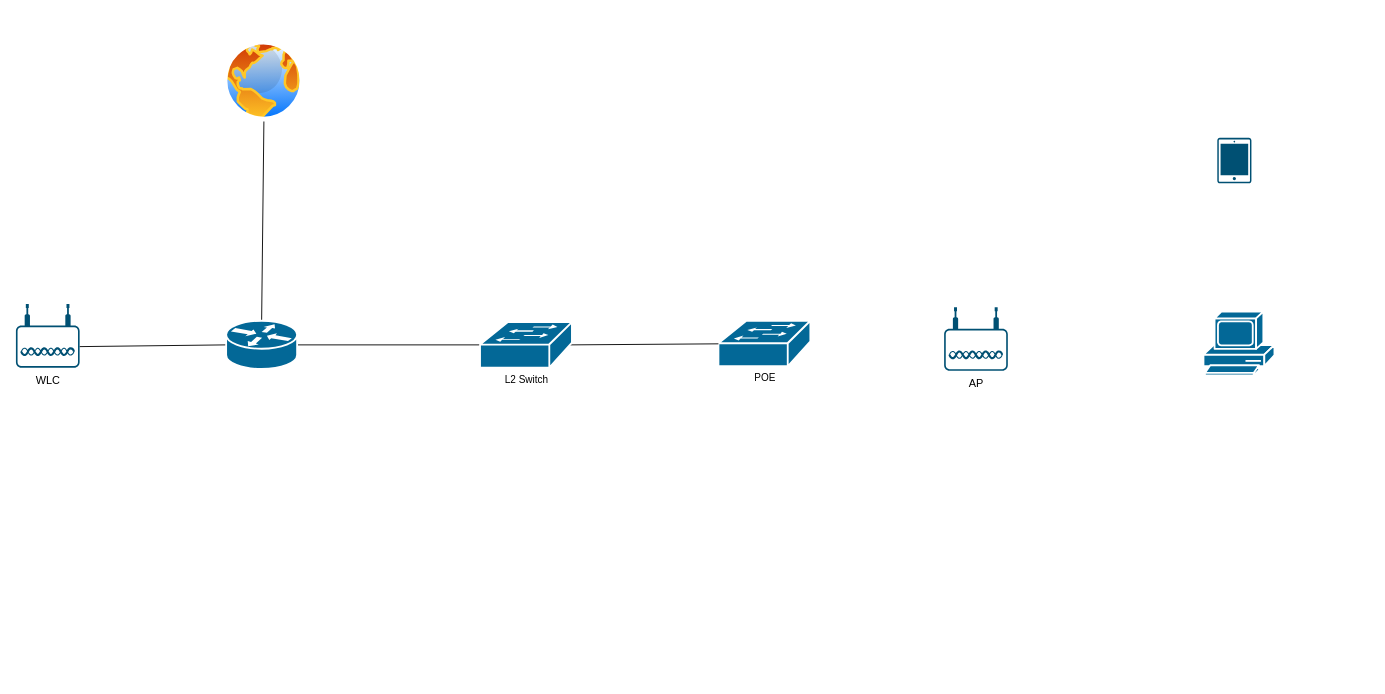
This is WIFI.drawio from kyforprogram/ccna, a draw.io file, before an edit. Source tidied: cells renumbered, new cells numbered last; positions are measured from the earlier drawing's top-left corner, leaving out a move shared by most shapes. Both pictures are drawn from the tidied source at 91%, with x=0, y=0 at pixel (15, 40).
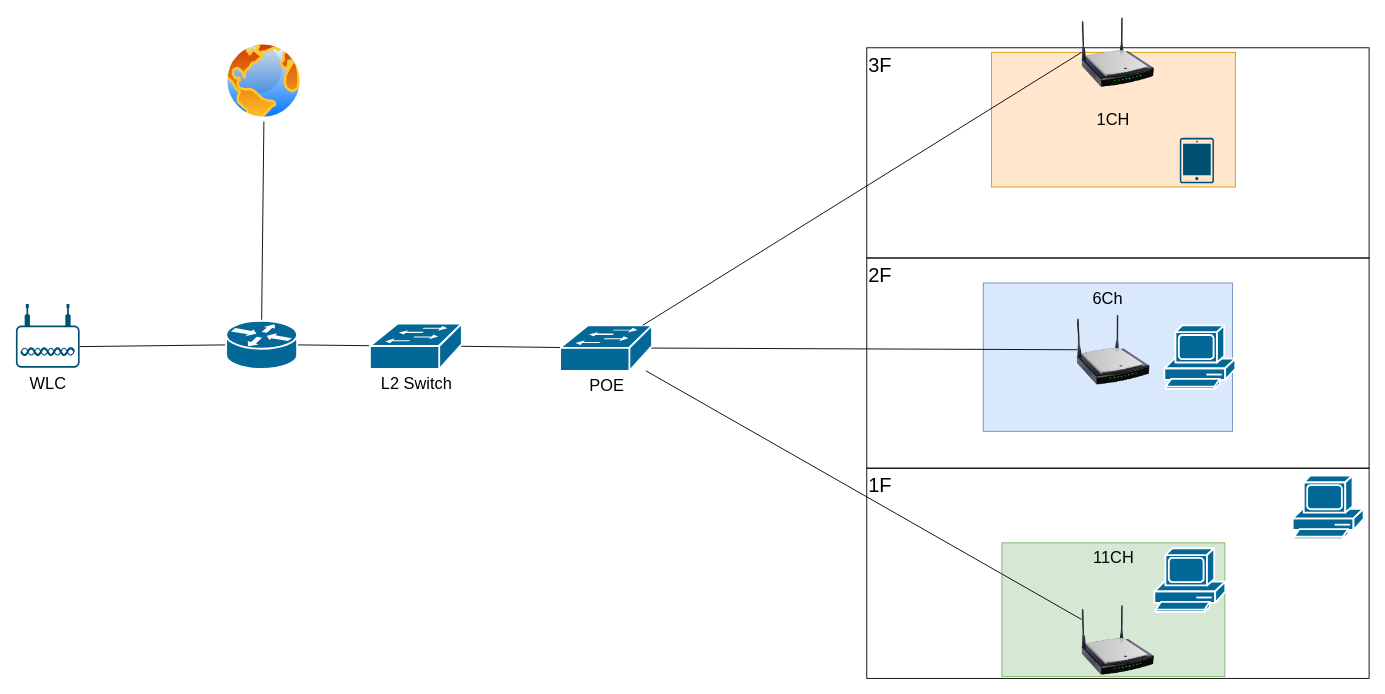
Above is the later version.

Commit message (it also covers changes not shown here):
WIFI.drawio を更新します

Diff of the diagram source:
```diff
@@
+    <mxCell id="14" value="6Ch" style="whiteSpace=wrap;html=1;fontFamily=Helvetica;fontSize=18;verticalAlign=top;fillColor=#dae8fc;strokeColor=#6c8ebf;" parent="1" vertex="1">
+      <mxGeometry x="1063" y="266.5" width="274" height="163" as="geometry" />
+    </mxCell>
+    <mxCell id="15" style="group;fontSize=22;" parent="1" vertex="1">
+      <mxGeometry x="935" y="8" width="552" height="693" as="geometry" />
+    </mxCell>
+    <mxCell id="16" value="11CH" style="whiteSpace=wrap;html=1;fontFamily=Helvetica;fontSize=18;verticalAlign=top;fillColor=#d5e8d4;strokeColor=#82b366;" parent="15" vertex="1">
+      <mxGeometry x="148.5" y="544" width="245" height="147" as="geometry" />
+    </mxCell>
+    <mxCell id="17" value="&lt;font style=&quot;font-size: 22px;&quot;&gt;1F&lt;/font&gt;" style="rounded=0;whiteSpace=wrap;html=1;fontFamily=Helvetica;fontSize=11;fontColor=default;fillColor=none;verticalAlign=top;align=left;" parent="15" vertex="1">
+      <mxGeometry y="462" width="552" height="231" as="geometry" />
+    </mxCell>
+    <mxCell id="18" value="&lt;font style=&quot;font-size: 22px;&quot;&gt;2F&lt;/font&gt;" style="rounded=0;whiteSpace=wrap;html=1;fontFamily=Helvetica;fontSize=11;fontColor=default;fillColor=none;verticalAlign=top;align=left;" parent="15" vertex="1">
+      <mxGeometry y="231" width="552" height="231" as="geometry" />
+    </mxCell>
+    <mxCell id="19" value="&lt;font style=&quot;font-size: 22px;&quot;&gt;3F&lt;/font&gt;" style="rounded=0;whiteSpace=wrap;html=1;fontFamily=Helvetica;fontSize=11;fontColor=default;fillColor=none;verticalAlign=top;align=left;" parent="15" vertex="1">
+      <mxGeometry width="552" height="231" as="geometry" />
+    </mxCell>
+    <mxCell id="20" style="shape=mxgraph.cisco.computers_and_peripherals.pc;sketch=0;html=1;dashed=0;fillColor=#036897;strokeColor=#ffffff;strokeWidth=2;verticalLabelPosition=bottom;verticalAlign=top;align=center;fontFamily=Helvetica;fontSize=11;fontColor=default;" parent="15" vertex="1">
+      <mxGeometry x="316" y="550" width="78" height="70" as="geometry" />
+    </mxCell>
+    <mxCell id="21" style="shape=mxgraph.cisco.computers_and_peripherals.pc;sketch=0;html=1;dashed=0;fillColor=#036897;strokeColor=#ffffff;strokeWidth=2;verticalLabelPosition=bottom;verticalAlign=top;align=center;fontFamily=Helvetica;fontSize=11;fontColor=default;" parent="15" vertex="1">
+      <mxGeometry x="468" y="470" width="78" height="70" as="geometry" />
+    </mxCell>
+    <mxCell id="22" value="1CH" style="whiteSpace=wrap;html=1;fontFamily=Helvetica;fontSize=18;verticalAlign=middle;fillColor=#ffe6cc;strokeColor=#d79b00;" parent="15" vertex="1">
+      <mxGeometry x="137" y="5" width="268" height="148" as="geometry" />
+    </mxCell>
+    <mxCell id="23" style="image;html=1;image=img/lib/clip_art/networking/Wireless_Router_N_128x128.png;fontFamily=Helvetica;fontSize=11;fontColor=default;" parent="15" vertex="1">
+      <mxGeometry x="236" y="-35" width="80" height="80" as="geometry" />
+    </mxCell>
+    <mxCell id="24" style="image;html=1;image=img/lib/clip_art/networking/Wireless_Router_N_128x128.png;fontFamily=Helvetica;fontSize=11;fontColor=default;" parent="15" vertex="1">
+      <mxGeometry x="231" y="292" width="80" height="80" as="geometry" />
+    </mxCell>
+    <mxCell id="25" style="image;html=1;image=img/lib/clip_art/networking/Wireless_Router_N_128x128.png;fontFamily=Helvetica;fontSize=11;fontColor=default;" parent="15" vertex="1">
+      <mxGeometry x="236" y="611" width="80" height="80" as="geometry" />
+    </mxCell>
-    <mxCell id="2" style="rounded=0;jettySize=auto;html=1;exitX=1;exitY=0.67;exitDx=0;exitDy=0;exitPerimeter=0;entryX=0;entryY=0.5;entryDx=0;entryDy=0;entryPerimeter=0;endArrow=none;endFill=0;" parent="1" edge="1" source="3" target="6">
+    <mxCell id="2" style="rounded=0;jettySize=auto;html=1;exitX=1;exitY=0.67;exitDx=0;exitDy=0;exitPerimeter=0;entryX=0;entryY=0.5;entryDx=0;entryDy=0;entryPerimeter=0;endArrow=none;endFill=0;fontSize=18;" parent="1" edge="1" source="3" target="6">
       <mxGeometry relative="1" as="geometry" />
     </mxCell>
-    <mxCell id="3" value="WLC" style="points=[[0.03,0.36,0],[0.18,0,0],[0.5,0.34,0],[0.82,0,0],[0.97,0.36,0],[1,0.67,0],[0.975,0.975,0],[0.5,1,0],[0.025,0.975,0],[0,0.67,0]];verticalLabelPosition=bottom;sketch=0;html=1;verticalAlign=top;align=center;shape=mxgraph.cisco19.wireless_access_point;fillColor=#005073;strokeColor=none;" parent="1" vertex="1">
+    <mxCell id="3" value="WLC" style="points=[[0.03,0.36,0],[0.18,0,0],[0.5,0.34,0],[0.82,0,0],[0.97,0.36,0],[1,0.67,0],[0.975,0.975,0],[0.5,1,0],[0.025,0.975,0],[0,0.67,0]];verticalLabelPosition=bottom;sketch=0;html=1;verticalAlign=top;align=center;shape=mxgraph.cisco19.wireless_access_point;fillColor=#005073;strokeColor=none;fontSize=18;" parent="1" vertex="1">
       <mxGeometry y="289.5" width="70" height="70" as="geometry" />
     </mxCell>
-    <mxCell id="4" style="edgeStyle=none;shape=connector;rounded=0;jettySize=auto;html=1;exitX=1;exitY=0.5;exitDx=0;exitDy=0;exitPerimeter=0;labelBackgroundColor=default;strokeColor=default;fontFamily=Helvetica;fontSize=11;fontColor=default;endArrow=none;endFill=0;" parent="1" edge="1" source="6" target="10">
+    <mxCell id="4" style="edgeStyle=none;shape=connector;rounded=0;jettySize=auto;html=1;exitX=1;exitY=0.5;exitDx=0;exitDy=0;exitPerimeter=0;labelBackgroundColor=default;strokeColor=default;fontFamily=Helvetica;fontSize=18;fontColor=default;endArrow=none;endFill=0;" parent="1" edge="1" source="6" target="10">
       <mxGeometry relative="1" as="geometry" />
     </mxCell>
@@
-    <mxCell id="6" style="shape=mxgraph.cisco.routers.router;sketch=0;html=1;dashed=0;fillColor=#036897;strokeColor=#ffffff;strokeWidth=2;verticalLabelPosition=bottom;verticalAlign=top;align=center;outlineConnect=0;fontFamily=Helvetica;fontSize=11;fontColor=default;" parent="1" vertex="1">
+    <mxCell id="6" style="shape=mxgraph.cisco.routers.router;sketch=0;html=1;dashed=0;fillColor=#036897;strokeColor=#ffffff;strokeWidth=2;verticalLabelPosition=bottom;verticalAlign=top;align=center;outlineConnect=0;fontFamily=Helvetica;fontSize=18;fontColor=default;" parent="1" vertex="1">
       <mxGeometry x="231" y="308" width="78" height="53" as="geometry" />
     </mxCell>
@@
+    <mxCell id="26" style="edgeStyle=none;shape=connector;rounded=0;jettySize=auto;html=1;exitX=0.98;exitY=0.5;exitDx=0;exitDy=0;exitPerimeter=0;labelBackgroundColor=default;strokeColor=default;fontFamily=Helvetica;fontSize=11;fontColor=default;endArrow=none;endFill=0;" parent="1" edge="1" source="8" target="24">
+      <mxGeometry relative="1" as="geometry" />
+    </mxCell>
-    <mxCell id="8" value="POE" style="shape=mxgraph.cisco.switches.workgroup_switch;sketch=0;html=1;dashed=0;fillColor=#036897;strokeColor=#ffffff;strokeWidth=2;verticalLabelPosition=bottom;verticalAlign=top;align=center;outlineConnect=0;fontFamily=Helvetica;fontSize=11;fontColor=default;" parent="1" vertex="1">
-      <mxGeometry x="772" y="308" width="101" height="50" as="geometry" />
+    <mxCell id="8" value="POE" style="shape=mxgraph.cisco.switches.workgroup_switch;sketch=0;html=1;dashed=0;fillColor=#036897;strokeColor=#ffffff;strokeWidth=2;verticalLabelPosition=bottom;verticalAlign=top;align=center;outlineConnect=0;fontFamily=Helvetica;fontSize=18;fontColor=default;" parent="1" vertex="1">
+      <mxGeometry x="598" y="313" width="101" height="50" as="geometry" />
     </mxCell>
-    <mxCell id="9" style="edgeStyle=none;shape=connector;rounded=0;jettySize=auto;html=1;exitX=0.98;exitY=0.5;exitDx=0;exitDy=0;exitPerimeter=0;labelBackgroundColor=default;strokeColor=default;fontFamily=Helvetica;fontSize=11;fontColor=default;endArrow=none;endFill=0;" parent="1" edge="1" source="10" target="8">
+    <mxCell id="9" style="edgeStyle=none;shape=connector;rounded=0;jettySize=auto;html=1;exitX=0.98;exitY=0.5;exitDx=0;exitDy=0;exitPerimeter=0;labelBackgroundColor=default;strokeColor=default;fontFamily=Helvetica;fontSize=18;fontColor=default;endArrow=none;endFill=0;" parent="1" edge="1" source="10" target="8">
       <mxGeometry relative="1" as="geometry" />
     </mxCell>
-    <mxCell id="10" value="L2 Switch" style="shape=mxgraph.cisco.switches.workgroup_switch;sketch=0;html=1;dashed=0;fillColor=#036897;strokeColor=#ffffff;strokeWidth=2;verticalLabelPosition=bottom;verticalAlign=top;align=center;outlineConnect=0;fontFamily=Helvetica;fontSize=11;fontColor=default;" parent="1" vertex="1">
-      <mxGeometry x="510" y="309.5" width="101" height="50" as="geometry" />
+    <mxCell id="10" value="L2 Switch" style="shape=mxgraph.cisco.switches.workgroup_switch;sketch=0;html=1;dashed=0;fillColor=#036897;strokeColor=#ffffff;strokeWidth=2;verticalLabelPosition=bottom;verticalAlign=top;align=center;outlineConnect=0;fontFamily=Helvetica;fontSize=18;fontColor=default;" parent="1" vertex="1">
+      <mxGeometry x="389" y="311" width="101" height="50" as="geometry" />
     </mxCell>
     <mxCell id="11" style="shape=mxgraph.cisco.computers_and_peripherals.pc;sketch=0;html=1;dashed=0;fillColor=#036897;strokeColor=#ffffff;strokeWidth=2;verticalLabelPosition=bottom;verticalAlign=top;align=center;fontFamily=Helvetica;fontSize=11;fontColor=default;" parent="1" vertex="1">
-      <mxGeometry x="1305" y="298" width="78" height="70" as="geometry" />
+      <mxGeometry x="1262" y="313" width="78" height="70" as="geometry" />
     </mxCell>
     <mxCell id="12" style="sketch=0;verticalLabelPosition=bottom;html=1;verticalAlign=top;align=center;shape=mxgraph.cisco19.handheld;fillColor=#005073;strokeColor=none;" parent="1" vertex="1">
-      <mxGeometry x="1320.2" y="107" width="37.5" height="50" as="geometry" />
+      <mxGeometry x="1279" y="107" width="37.5" height="50" as="geometry" />
     </mxCell>
-    <mxCell id="13" value="AP" style="verticalLabelPosition=bottom;sketch=0;html=1;verticalAlign=top;align=center;shape=mxgraph.cisco19.wireless_access_point;fillColor=#005073;strokeColor=none;" parent="1" vertex="1">
-      <mxGeometry x="1020" y="293" width="70" height="70" as="geometry" />
-    </mxCell>
+    <mxCell id="27" style="edgeStyle=none;shape=connector;rounded=0;jettySize=auto;html=1;labelBackgroundColor=default;strokeColor=default;fontFamily=Helvetica;fontSize=11;fontColor=default;endArrow=none;endFill=0;" parent="1" edge="1" source="25" target="8">
+      <mxGeometry relative="1" as="geometry" />
+    </mxCell>
+    <mxCell id="28" style="edgeStyle=none;shape=connector;rounded=0;jettySize=auto;html=1;exitX=0;exitY=0.5;exitDx=0;exitDy=0;labelBackgroundColor=default;strokeColor=default;fontFamily=Helvetica;fontSize=11;fontColor=default;endArrow=none;endFill=0;" parent="1" edge="1" source="23" target="8">
+      <mxGeometry relative="1" as="geometry" />
+    </mxCell>
```
